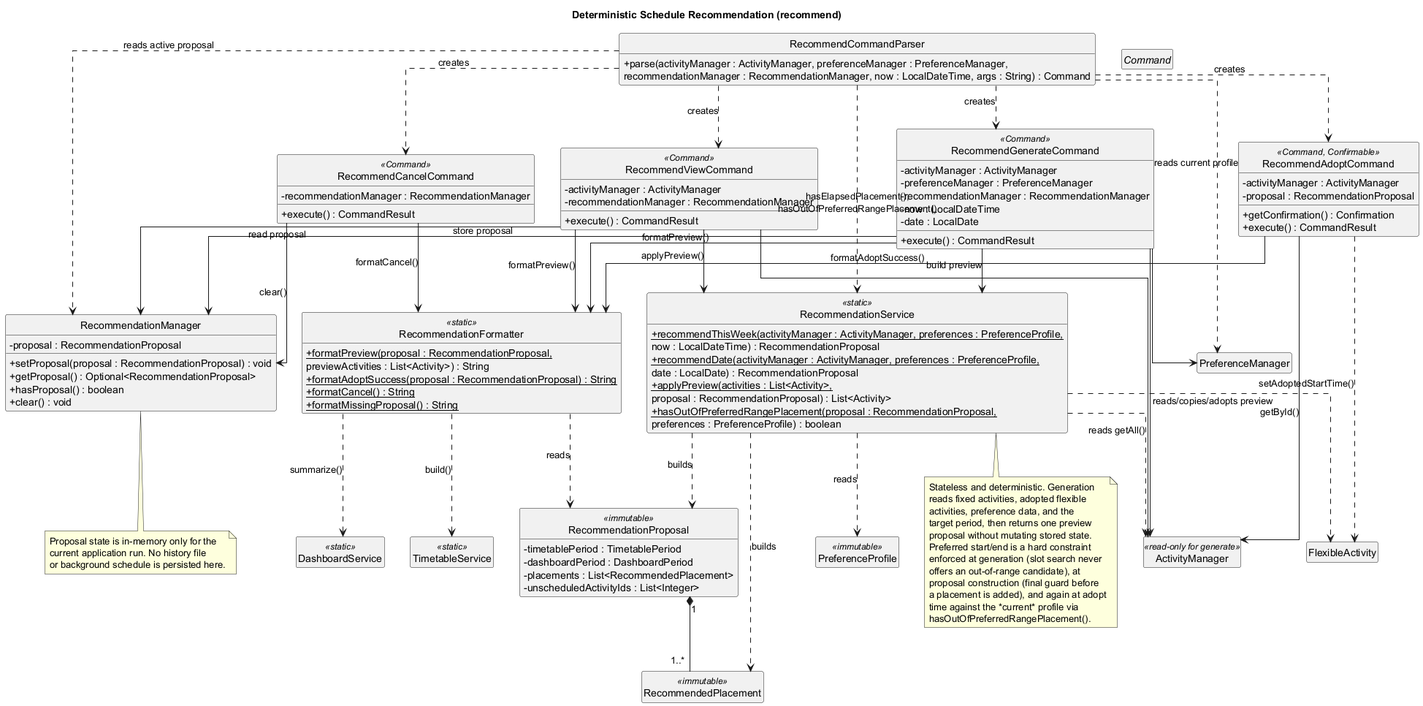
lukelouyu/SelfTeamProject keeps this PlantUML diagram as docs/diagrams/class/RecommendationClassDiagram.png. Above is the earlier version. Source of this version:
```plantuml
@startuml
title Deterministic Schedule Recommendation (recommend)

skinparam classAttributeIconSize 0
skinparam linetype ortho
skinparam shadowing false
hide circle
hide empty members

class RecommendCommandParser {
  + parse(activityManager : ActivityManager, preferenceManager : PreferenceManager,
      recommendationManager : RecommendationManager, now : LocalDateTime, args : String) : Command
}

abstract class Command

class RecommendGenerateCommand <<Command>> {
  - activityManager : ActivityManager
  - preferenceManager : PreferenceManager
  - recommendationManager : RecommendationManager
  - now : LocalDateTime
  - date : LocalDate
  + execute() : CommandResult
}

class RecommendViewCommand <<Command>> {
  - activityManager : ActivityManager
  - recommendationManager : RecommendationManager
  + execute() : CommandResult
}

class RecommendCancelCommand <<Command>> {
  - recommendationManager : RecommendationManager
  + execute() : CommandResult
}

class RecommendAdoptCommand <<Command, Confirmable>> {
  - activityManager : ActivityManager
  - proposal : RecommendationProposal
  + getConfirmation() : Confirmation
  + execute() : CommandResult
}

class RecommendationManager {
  - proposal : RecommendationProposal
  + setProposal(proposal : RecommendationProposal) : void
  + getProposal() : Optional<RecommendationProposal>
  + hasProposal() : boolean
  + clear() : void
}

class RecommendationService <<static>> {
  + {static} recommendThisWeek(activityManager : ActivityManager, preferences : PreferenceProfile,
      now : LocalDateTime) : RecommendationProposal
  + {static} recommendDate(activityManager : ActivityManager, preferences : PreferenceProfile,
      date : LocalDate) : RecommendationProposal
  + {static} applyPreview(activities : List<Activity>,
      proposal : RecommendationProposal) : List<Activity>
  + {static} hasOutOfPreferredRangePlacement(proposal : RecommendationProposal,
      preferences : PreferenceProfile) : boolean
}

class RecommendationFormatter <<static>> {
  + {static} formatPreview(proposal : RecommendationProposal,
      previewActivities : List<Activity>) : String
  + {static} formatAdoptSuccess(proposal : RecommendationProposal) : String
  + {static} formatCancel() : String
  + {static} formatMissingProposal() : String
}

class RecommendationProposal <<immutable>> {
  - timetablePeriod : TimetablePeriod
  - dashboardPeriod : DashboardPeriod
  - placements : List<RecommendedPlacement>
  - unscheduledActivityIds : List<Integer>
}

class RecommendedPlacement <<immutable>>

class ActivityManager <<read-only for generate>>
class PreferenceManager
class PreferenceProfile <<immutable>>
class FlexibleActivity
class TimetableService <<static>>
class DashboardService <<static>>

RecommendCommandParser ..> RecommendGenerateCommand : creates
RecommendCommandParser ..> RecommendViewCommand : creates
RecommendCommandParser ..> RecommendCancelCommand : creates
RecommendCommandParser ..> RecommendAdoptCommand : creates
RecommendCommandParser ..> RecommendationManager : reads active proposal
RecommendCommandParser ..> PreferenceManager : reads current profile
RecommendCommandParser ..> RecommendationService : hasElapsedPlacement(),\nhasOutOfPreferredRangePlacement()

RecommendGenerateCommand --> RecommendationService : build preview
RecommendGenerateCommand --> RecommendationManager : store proposal
RecommendGenerateCommand --> RecommendationFormatter : formatPreview()
RecommendGenerateCommand --> ActivityManager
RecommendGenerateCommand --> PreferenceManager

RecommendViewCommand --> RecommendationManager : read proposal
RecommendViewCommand --> RecommendationService : applyPreview()
RecommendViewCommand --> RecommendationFormatter : formatPreview()
RecommendViewCommand --> ActivityManager

RecommendCancelCommand --> RecommendationManager : clear()
RecommendCancelCommand --> RecommendationFormatter : formatCancel()

RecommendAdoptCommand --> ActivityManager : getById()
RecommendAdoptCommand ..> FlexibleActivity : setAdoptedStartTime()
RecommendAdoptCommand --> RecommendationFormatter : formatAdoptSuccess()

RecommendationService ..> ActivityManager : reads getAll()
RecommendationService ..> PreferenceProfile : reads
RecommendationService ..> RecommendationProposal : builds
RecommendationService ..> RecommendedPlacement : builds
RecommendationService ..> FlexibleActivity : reads/copies/adopts preview
RecommendationFormatter ..> TimetableService : build()
RecommendationFormatter ..> DashboardService : summarize()
RecommendationFormatter ..> RecommendationProposal : reads
RecommendationProposal "1" *-- "1..*" RecommendedPlacement

note bottom of RecommendationManager
  Proposal state is in-memory only for the
  current application run. No history file
  or background schedule is persisted here.
end note

note bottom of RecommendationService
  Stateless and deterministic. Generation
  reads fixed activities, adopted flexible
  activities, preference data, and the
  target period, then returns one preview
  proposal without mutating stored state.
  Preferred start/end is a hard constraint
  enforced at generation (slot search never
  offers an out-of-range candidate), at
  proposal construction (final guard before
  a placement is added), and again at adopt
  time against the *current* profile via
  hasOutOfPreferredRangePlacement().
end note

@enduml
```
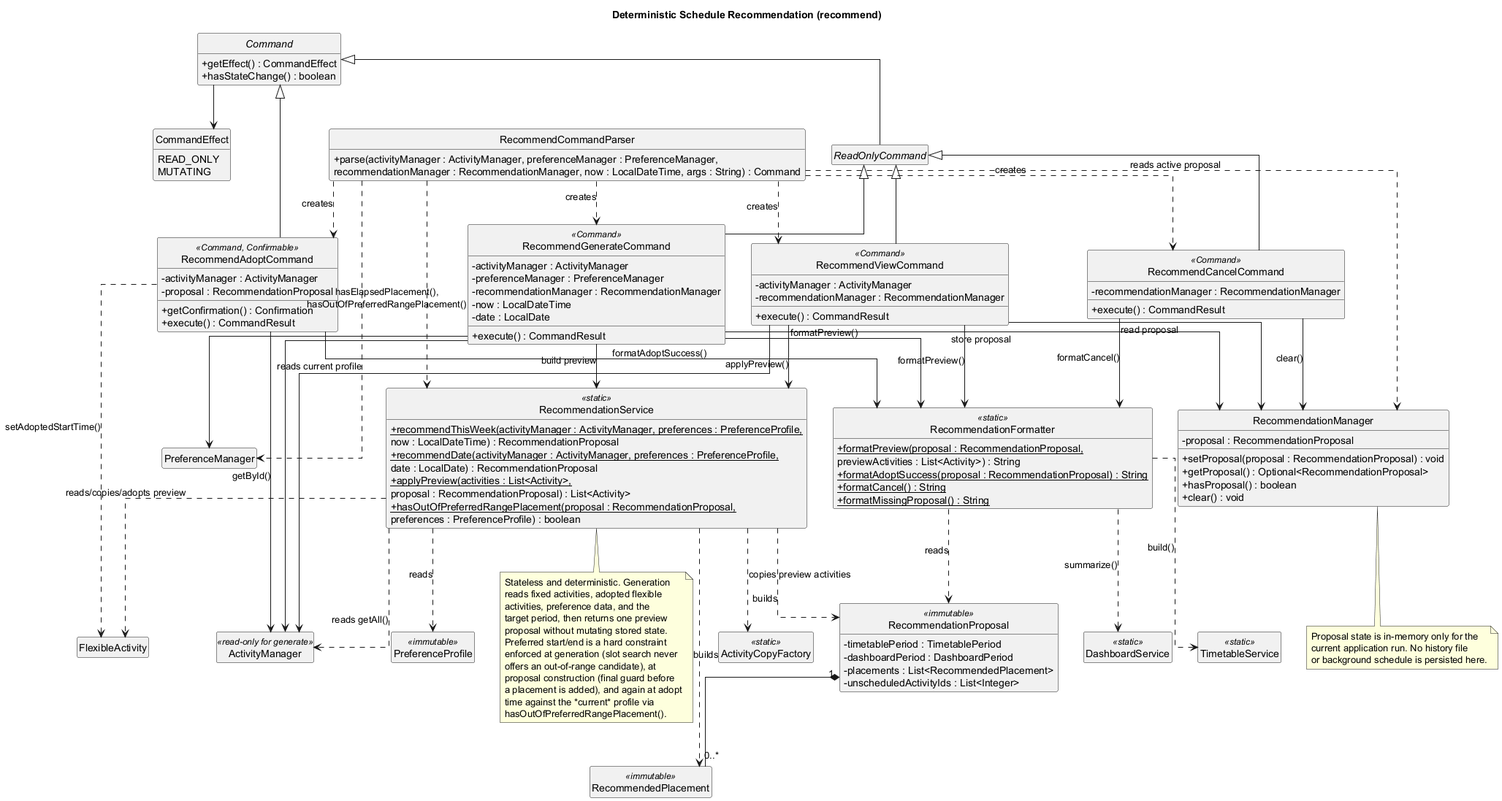
After the commit.

What changed in the source:
```diff
@@ -12,7 +12,17 @@
       recommendationManager : RecommendationManager, now : LocalDateTime, args : String) : Command
 }
 
-abstract class Command
+abstract class Command {
+  + getEffect() : CommandEffect
+  + hasStateChange() : boolean
+}
+
+abstract class ReadOnlyCommand
+
+enum CommandEffect {
+  READ_ONLY
+  MUTATING
+}
 
 class RecommendGenerateCommand <<Command>> {
   - activityManager : ActivityManager
@@ -60,6 +70,8 @@
       preferences : PreferenceProfile) : boolean
 }
 
+class ActivityCopyFactory <<static>>
+
 class RecommendationFormatter <<static>> {
   + {static} formatPreview(proposal : RecommendationProposal,
       previewActivities : List<Activity>) : String
@@ -92,6 +104,13 @@
 RecommendCommandParser ..> PreferenceManager : reads current profile
 RecommendCommandParser ..> RecommendationService : hasElapsedPlacement(),\nhasOutOfPreferredRangePlacement()
 
+Command --> CommandEffect
+Command <|-- ReadOnlyCommand
+ReadOnlyCommand <|-- RecommendGenerateCommand
+ReadOnlyCommand <|-- RecommendViewCommand
+ReadOnlyCommand <|-- RecommendCancelCommand
+Command <|-- RecommendAdoptCommand
+
 RecommendGenerateCommand --> RecommendationService : build preview
 RecommendGenerateCommand --> RecommendationManager : store proposal
 RecommendGenerateCommand --> RecommendationFormatter : formatPreview()
@@ -115,10 +134,11 @@
 RecommendationService ..> RecommendationProposal : builds
 RecommendationService ..> RecommendedPlacement : builds
 RecommendationService ..> FlexibleActivity : reads/copies/adopts preview
+RecommendationService ..> ActivityCopyFactory : copies preview activities
 RecommendationFormatter ..> TimetableService : build()
 RecommendationFormatter ..> DashboardService : summarize()
 RecommendationFormatter ..> RecommendationProposal : reads
-RecommendationProposal "1" *-- "1..*" RecommendedPlacement
+RecommendationProposal "1" *-- "0..*" RecommendedPlacement
 
 note bottom of RecommendationManager
   Proposal state is in-memory only for the
```
